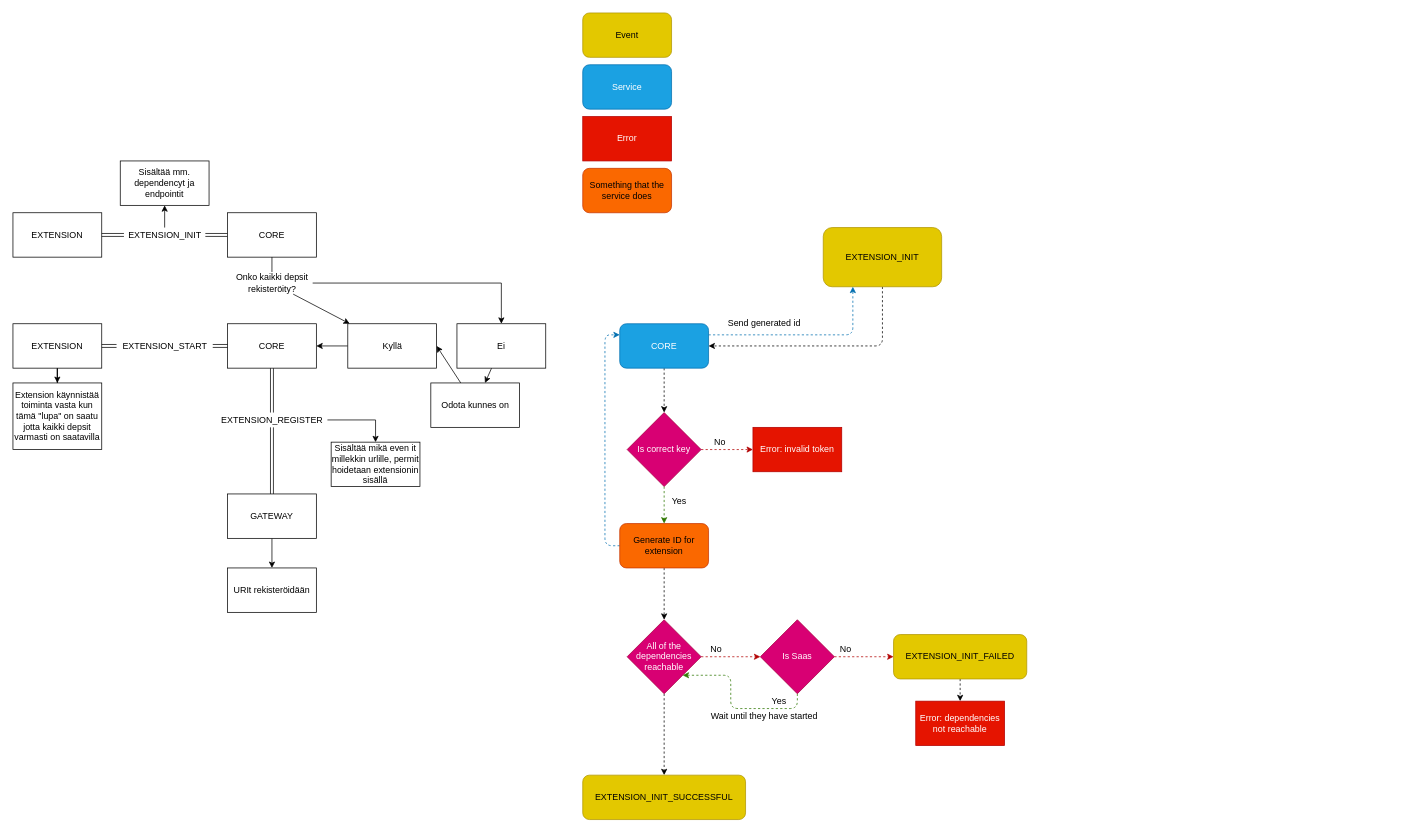
Earlier version of the draw.io diagram MicroserviceLinkingConcept.drawio (rittaschool/diagrams). Source tidied: cells renumbered, new cells numbered last; positions are measured from the earlier drawing's top-left corner, leaving out a move shared by most shapes. Both pictures are drawn from the tidied source at 74%, with x=0, y=0 at pixel (13, 13).
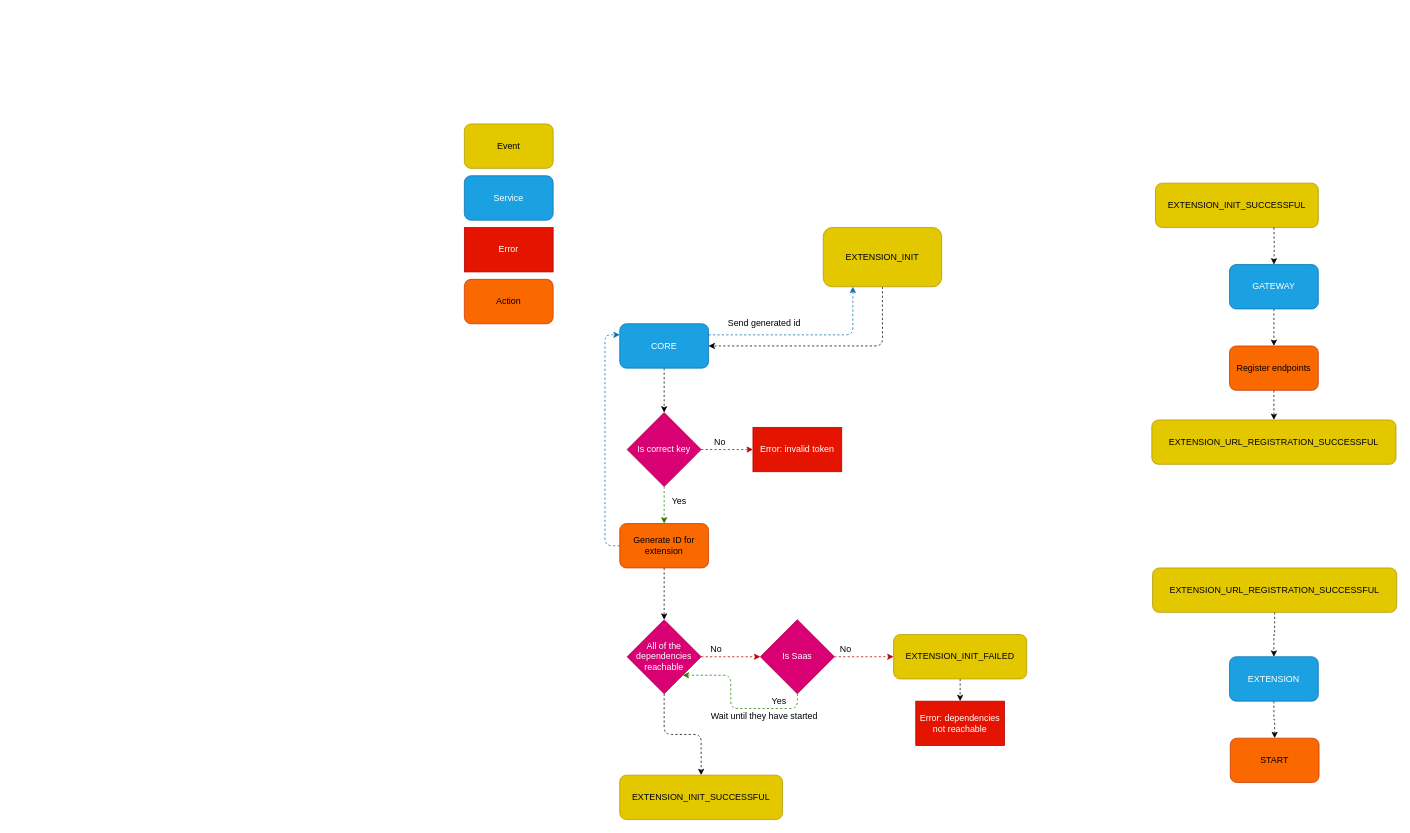
Above is the later version.

Commit message:
finish extension diagrams

Unchanged cells that the change refers to:
```xml
<mxCell id="47" value="All of the dependencies reachable" style="rhombus;whiteSpace=wrap;html=1;fillColor=#d80073;fontColor=#ffffff;strokeColor=#A50040;" parent="1" vertex="1">
  <mxGeometry x="830" y="820" width="100" height="100" as="geometry" />
</mxCell>
```

Change to the diagram source:
```diff
@@
-    <mxCell id="2" style="edgeStyle=orthogonalEdgeStyle;rounded=0;jettySize=auto;html=1;exitX=1;exitY=0.5;exitDx=0;exitDy=0;entryX=0;entryY=0.5;entryDx=0;entryDy=0;startArrow=none;shape=link;" parent="1" edge="1" source="9" target="5">
-      <mxGeometry relative="1" as="geometry" />
-    </mxCell>
-    <mxCell id="3" value="EXTENSION" style="rounded=0;whiteSpace=wrap;html=1;" parent="1" vertex="1">
-      <mxGeometry y="270" width="120" height="60" as="geometry" />
-    </mxCell>
-    <mxCell id="4" style="edgeStyle=orthogonalEdgeStyle;rounded=0;jettySize=auto;html=1;shape=link;startArrow=none;" parent="1" edge="1" source="12" target="7">
-      <mxGeometry relative="1" as="geometry" />
-    </mxCell>
-    <mxCell id="5" value="CORE" style="whiteSpace=wrap;html=1;" parent="1" vertex="1">
-      <mxGeometry x="290" y="270" width="120" height="60" as="geometry" />
-    </mxCell>
-    <mxCell id="6" style="edgeStyle=orthogonalEdgeStyle;rounded=0;jettySize=auto;html=1;exitX=0.5;exitY=1;exitDx=0;exitDy=0;" parent="1" edge="1" source="7" target="14">
-      <mxGeometry relative="1" as="geometry" />
-    </mxCell>
-    <mxCell id="7" value="GATEWAY" style="whiteSpace=wrap;html=1;" parent="1" vertex="1">
-      <mxGeometry x="290" y="650" width="120" height="60" as="geometry" />
-    </mxCell>
-    <mxCell id="8" style="edgeStyle=none;rounded=0;jettySize=auto;html=1;startArrow=none;startFill=0;strokeColor=default;" parent="1" edge="1" source="9" target="18">
-      <mxGeometry relative="1" as="geometry" />
-    </mxCell>
-    <mxCell id="9" value="EXTENSION_INIT" style="text;html=1;align=center;verticalAlign=middle;points=[];strokeColor=none;fillColor=none;" parent="1" vertex="1">
-      <mxGeometry x="150" y="290" width="110" height="20" as="geometry" />
-    </mxCell>
-    <mxCell id="10" style="edgeStyle=orthogonalEdgeStyle;rounded=0;jettySize=auto;html=1;exitX=1;exitY=0.5;exitDx=0;exitDy=0;entryX=0;entryY=0.5;entryDx=0;entryDy=0;endArrow=none;shape=link;" parent="1" edge="1" source="3" target="9">
-      <mxGeometry relative="1" as="geometry" />
-    </mxCell>
-    <mxCell id="11" style="edgeStyle=orthogonalEdgeStyle;rounded=0;jettySize=auto;html=1;" parent="1" edge="1" source="12" target="15">
-      <mxGeometry relative="1" as="geometry" />
-    </mxCell>
-    <mxCell id="12" value="EXTENSION_REGISTER" style="text;html=1;align=center;verticalAlign=middle;points=[];strokeColor=none;fillColor=none;" parent="1" vertex="1">
-      <mxGeometry x="275" y="540" width="150" height="20" as="geometry" />
-    </mxCell>
-    <mxCell id="13" style="edgeStyle=orthogonalEdgeStyle;rounded=0;jettySize=auto;html=1;shape=link;endArrow=none;exitX=0.5;exitY=1;exitDx=0;exitDy=0;" parent="1" edge="1" source="30" target="12">
-      <mxGeometry relative="1" as="geometry" />
-    </mxCell>
-    <mxCell id="14" value="URIt rekisteröidään" style="rounded=0;whiteSpace=wrap;html=1;" parent="1" vertex="1">
-      <mxGeometry x="290" y="750" width="120" height="60" as="geometry" />
-    </mxCell>
-    <mxCell id="15" value="Sisältää mikä even it millekkin urlille, permit hoidetaan extensionin sisällä" style="whiteSpace=wrap;html=1;" parent="1" vertex="1">
-      <mxGeometry x="430" y="580" width="120" height="60" as="geometry" />
-    </mxCell>
-    <mxCell id="16" style="edgeStyle=orthogonalEdgeStyle;rounded=0;jettySize=auto;html=1;startArrow=none;startFill=0;strokeColor=default;" parent="1" edge="1" source="17" target="33">
-      <mxGeometry relative="1" as="geometry" />
-    </mxCell>
-    <mxCell id="17" value="EXTENSION" style="rounded=0;whiteSpace=wrap;html=1;" parent="1" vertex="1">
-      <mxGeometry y="420" width="120" height="60" as="geometry" />
-    </mxCell>
-    <mxCell id="18" value="Sisältää mm. dependencyt ja endpointit" style="whiteSpace=wrap;html=1;" parent="1" vertex="1">
-      <mxGeometry x="145" y="200" width="120" height="60" as="geometry" />
-    </mxCell>
-    <mxCell id="19" style="edgeStyle=orthogonalEdgeStyle;jettySize=auto;html=1;startArrow=none;startFill=0;strokeColor=default;rounded=0;" parent="1" edge="1" source="21" target="24">
-      <mxGeometry relative="1" as="geometry" />
-    </mxCell>
-    <mxCell id="20" style="edgeStyle=none;rounded=0;jettySize=auto;html=1;startArrow=none;startFill=0;strokeColor=default;" parent="1" edge="1" source="21" target="28">
-      <mxGeometry relative="1" as="geometry" />
-    </mxCell>
-    <mxCell id="21" value="Onko kaikki depsit&lt;br&gt;rekisteröity?" style="text;html=1;align=center;verticalAlign=middle;points=[];strokeColor=none;fillColor=none;" parent="1" vertex="1">
-      <mxGeometry x="295" y="350" width="110" height="30" as="geometry" />
-    </mxCell>
-    <mxCell id="22" style="edgeStyle=none;rounded=0;jettySize=auto;html=1;startArrow=none;startFill=0;strokeColor=default;endArrow=none;" parent="1" edge="1" source="5" target="21">
-      <mxGeometry relative="1" as="geometry" />
-    </mxCell>
-    <mxCell id="23" style="edgeStyle=none;rounded=0;jettySize=auto;html=1;startArrow=none;startFill=0;strokeColor=default;" parent="1" edge="1" source="24" target="26">
-      <mxGeometry relative="1" as="geometry" />
-    </mxCell>
-    <mxCell id="24" value="Ei" style="whiteSpace=wrap;html=1;" parent="1" vertex="1">
-      <mxGeometry x="600" y="420" width="120" height="60" as="geometry" />
-    </mxCell>
-    <mxCell id="25" style="edgeStyle=none;rounded=0;jettySize=auto;html=1;entryX=1;entryY=0.5;entryDx=0;entryDy=0;startArrow=none;startFill=0;strokeColor=default;" parent="1" edge="1" source="26" target="28">
-      <mxGeometry relative="1" as="geometry" />
-    </mxCell>
-    <mxCell id="26" value="Odota kunnes on" style="whiteSpace=wrap;html=1;" parent="1" vertex="1">
-      <mxGeometry x="564.7" y="500" width="120" height="60" as="geometry" />
-    </mxCell>
-    <mxCell id="27" style="edgeStyle=orthogonalEdgeStyle;rounded=0;jettySize=auto;html=1;entryX=1;entryY=0.5;entryDx=0;entryDy=0;startArrow=none;startFill=0;strokeColor=default;" parent="1" edge="1" source="28" target="30">
-      <mxGeometry relative="1" as="geometry" />
-    </mxCell>
-    <mxCell id="28" value="Kyllä" style="whiteSpace=wrap;html=1;" parent="1" vertex="1">
-      <mxGeometry x="452.5" y="420" width="120" height="60" as="geometry" />
-    </mxCell>
-    <mxCell id="29" style="edgeStyle=orthogonalEdgeStyle;rounded=0;jettySize=auto;html=1;entryX=1;entryY=0.5;entryDx=0;entryDy=0;startArrow=none;startFill=0;strokeColor=default;shape=link;" parent="1" edge="1" source="31" target="17">
-      <mxGeometry relative="1" as="geometry" />
-    </mxCell>
-    <mxCell id="30" value="CORE" style="whiteSpace=wrap;html=1;" parent="1" vertex="1">
-      <mxGeometry x="290" y="420" width="120" height="60" as="geometry" />
-    </mxCell>
-    <mxCell id="31" value="EXTENSION_START" style="text;html=1;align=center;verticalAlign=middle;points=[];strokeColor=none;fillColor=none;" parent="1" vertex="1">
-      <mxGeometry x="140" y="440" width="130" height="20" as="geometry" />
-    </mxCell>
-    <mxCell id="32" style="edgeStyle=orthogonalEdgeStyle;rounded=0;jettySize=auto;html=1;entryX=1;entryY=0.5;entryDx=0;entryDy=0;startArrow=none;startFill=0;strokeColor=default;shape=link;endArrow=none;" parent="1" edge="1" source="30" target="31">
-      <mxGeometry relative="1" as="geometry" />
-    </mxCell>
-    <mxCell id="33" value="Extension käynnistää toiminta vasta kun tämä &quot;lupa&quot; on saatu jotta kaikki depsit varmasti on saatavilla" style="whiteSpace=wrap;html=1;rounded=0;" parent="1" vertex="1">
-      <mxGeometry y="500" width="120" height="90" as="geometry" />
-    </mxCell>
@@
-    <mxCell id="46" style="edgeStyle=orthogonalEdgeStyle;rounded=1;jettySize=auto;html=1;exitX=0.5;exitY=1;exitDx=0;exitDy=0;entryX=0.5;entryY=0;entryDx=0;entryDy=0;shadow=0;dashed=1;" parent="1" edge="1" source="47" target="66">
+    <mxCell id="46" style="edgeStyle=orthogonalEdgeStyle;rounded=1;jettySize=auto;html=1;exitX=0.5;exitY=1;exitDx=0;exitDy=0;entryX=0.5;entryY=0;entryDx=0;entryDy=0;shadow=0;dashed=1;" parent="1" edge="1" source="47" target="68">
       <mxGeometry relative="1" as="geometry" />
     </mxCell>
@@
     <mxCell id="62" value="Event" style="rounded=1;whiteSpace=wrap;html=1;fillColor=#e3c800;fontColor=#000000;strokeColor=#B09500;" parent="1" vertex="1">
-      <mxGeometry x="770" width="120" height="60" as="geometry" />
+      <mxGeometry x="610" y="150" width="120" height="60" as="geometry" />
     </mxCell>
     <mxCell id="63" value="Service" style="rounded=1;whiteSpace=wrap;html=1;fillColor=#1ba1e2;fontColor=#ffffff;strokeColor=#006EAF;" parent="1" vertex="1">
-      <mxGeometry x="770" y="70" width="120" height="60" as="geometry" />
+      <mxGeometry x="610" y="220" width="120" height="60" as="geometry" />
     </mxCell>
     <mxCell id="64" value="Error" style="whiteSpace=wrap;html=1;fillColor=#e51400;fontColor=#ffffff;strokeColor=#B20000;" parent="1" vertex="1">
-      <mxGeometry x="770" y="140" width="120" height="60" as="geometry" />
+      <mxGeometry x="610" y="290" width="120" height="60" as="geometry" />
     </mxCell>
-    <mxCell id="65" value="Something that the service does" style="rounded=1;whiteSpace=wrap;html=1;fillColor=#fa6800;fontColor=#000000;strokeColor=#C73500;" parent="1" vertex="1">
-      <mxGeometry x="770" y="210" width="120" height="60" as="geometry" />
+    <mxCell id="65" value="&lt;div&gt;Action&lt;/div&gt;" style="rounded=1;whiteSpace=wrap;html=1;fillColor=#fa6800;fontColor=#000000;strokeColor=#C73500;" parent="1" vertex="1">
+      <mxGeometry x="610" y="360" width="120" height="60" as="geometry" />
     </mxCell>
     <mxCell id="66" value="EXTENSION_INIT_SUCCESSFUL" style="rounded=1;whiteSpace=wrap;html=1;fillColor=#e3c800;fontColor=#000000;strokeColor=#B09500;" parent="1" vertex="1">
-      <mxGeometry x="770" y="1030" width="220" height="60" as="geometry" />
+      <mxGeometry x="1544" y="230" width="220" height="60" as="geometry" />
     </mxCell>
+    <mxCell id="67" style="edgeStyle=orthogonalEdgeStyle;rounded=0;jettySize=auto;html=1;exitX=0.5;exitY=1;exitDx=0;exitDy=0;entryX=0.5;entryY=0;entryDx=0;entryDy=0;dashed=1;" parent="1" edge="1" target="7">
+      <mxGeometry relative="1" as="geometry">
+        <mxPoint x="1704" y="290" as="sourcePoint" />
+      </mxGeometry>
+    </mxCell>
+    <mxCell id="68" value="EXTENSION_INIT_SUCCESSFUL" style="rounded=1;whiteSpace=wrap;html=1;fillColor=#e3c800;fontColor=#000000;strokeColor=#B09500;" parent="1" vertex="1">
+      <mxGeometry x="820" y="1030" width="220" height="60" as="geometry" />
+    </mxCell>
+    <mxCell id="69" style="edgeStyle=orthogonalEdgeStyle;rounded=0;jettySize=auto;html=1;exitX=0.5;exitY=1;exitDx=0;exitDy=0;entryX=0.5;entryY=0;entryDx=0;entryDy=0;dashed=1;" parent="1" edge="1" source="7" target="72">
+      <mxGeometry relative="1" as="geometry" />
+    </mxCell>
+    <mxCell id="7" value="GATEWAY" style="rounded=1;whiteSpace=wrap;html=1;fillColor=#1ba1e2;fontColor=#ffffff;strokeColor=#006EAF;" parent="1" vertex="1">
+      <mxGeometry x="1644" y="340" width="120" height="60" as="geometry" />
+    </mxCell>
+    <mxCell id="70" style="edgeStyle=orthogonalEdgeStyle;rounded=0;orthogonalLoop=1;jettySize=auto;html=1;exitX=0.5;exitY=1;exitDx=0;exitDy=0;" parent="1" edge="1" source="7" target="7">
+      <mxGeometry relative="1" as="geometry" />
+    </mxCell>
+    <mxCell id="71" style="edgeStyle=orthogonalEdgeStyle;rounded=0;jettySize=auto;html=1;exitX=0.5;exitY=1;exitDx=0;exitDy=0;entryX=0.5;entryY=0;entryDx=0;entryDy=0;dashed=1;" parent="1" edge="1" source="72" target="73">
+      <mxGeometry relative="1" as="geometry" />
+    </mxCell>
+    <mxCell id="72" value="Register endpoints" style="rounded=1;whiteSpace=wrap;html=1;fillColor=#fa6800;fontColor=#000000;strokeColor=#C73500;" parent="1" vertex="1">
+      <mxGeometry x="1644" y="450" width="120" height="60" as="geometry" />
+    </mxCell>
+    <mxCell id="73" value="EXTENSION_URL_REGISTRATION_SUCCESSFUL" style="rounded=1;whiteSpace=wrap;html=1;fillColor=#e3c800;fontColor=#000000;strokeColor=#B09500;" parent="1" vertex="1">
+      <mxGeometry x="1539" y="550" width="330" height="60" as="geometry" />
+    </mxCell>
+    <mxCell id="74" style="edgeStyle=orthogonalEdgeStyle;rounded=0;jettySize=auto;html=1;exitX=0.5;exitY=1;exitDx=0;exitDy=0;entryX=0.5;entryY=0;entryDx=0;entryDy=0;dashed=1;" parent="1" edge="1" source="75" target="77">
+      <mxGeometry relative="1" as="geometry" />
+    </mxCell>
+    <mxCell id="75" value="EXTENSION_URL_REGISTRATION_SUCCESSFUL" style="rounded=1;whiteSpace=wrap;html=1;fillColor=#e3c800;fontColor=#000000;strokeColor=#B09500;" parent="1" vertex="1">
+      <mxGeometry x="1540" y="750" width="330" height="60" as="geometry" />
+    </mxCell>
+    <mxCell id="76" style="edgeStyle=orthogonalEdgeStyle;rounded=0;jettySize=auto;html=1;exitX=0.5;exitY=1;exitDx=0;exitDy=0;dashed=1;" parent="1" edge="1" source="77" target="78">
+      <mxGeometry relative="1" as="geometry" />
+    </mxCell>
+    <mxCell id="77" value="EXTENSION" style="rounded=1;whiteSpace=wrap;html=1;fillColor=#1ba1e2;fontColor=#ffffff;strokeColor=#006EAF;" parent="1" vertex="1">
+      <mxGeometry x="1644" y="870" width="120" height="60" as="geometry" />
+    </mxCell>
+    <mxCell id="78" value="START" style="rounded=1;whiteSpace=wrap;html=1;fillColor=#fa6800;fontColor=#000000;strokeColor=#C73500;" parent="1" vertex="1">
+      <mxGeometry x="1645" y="980" width="120" height="60" as="geometry" />
+    </mxCell>
```
